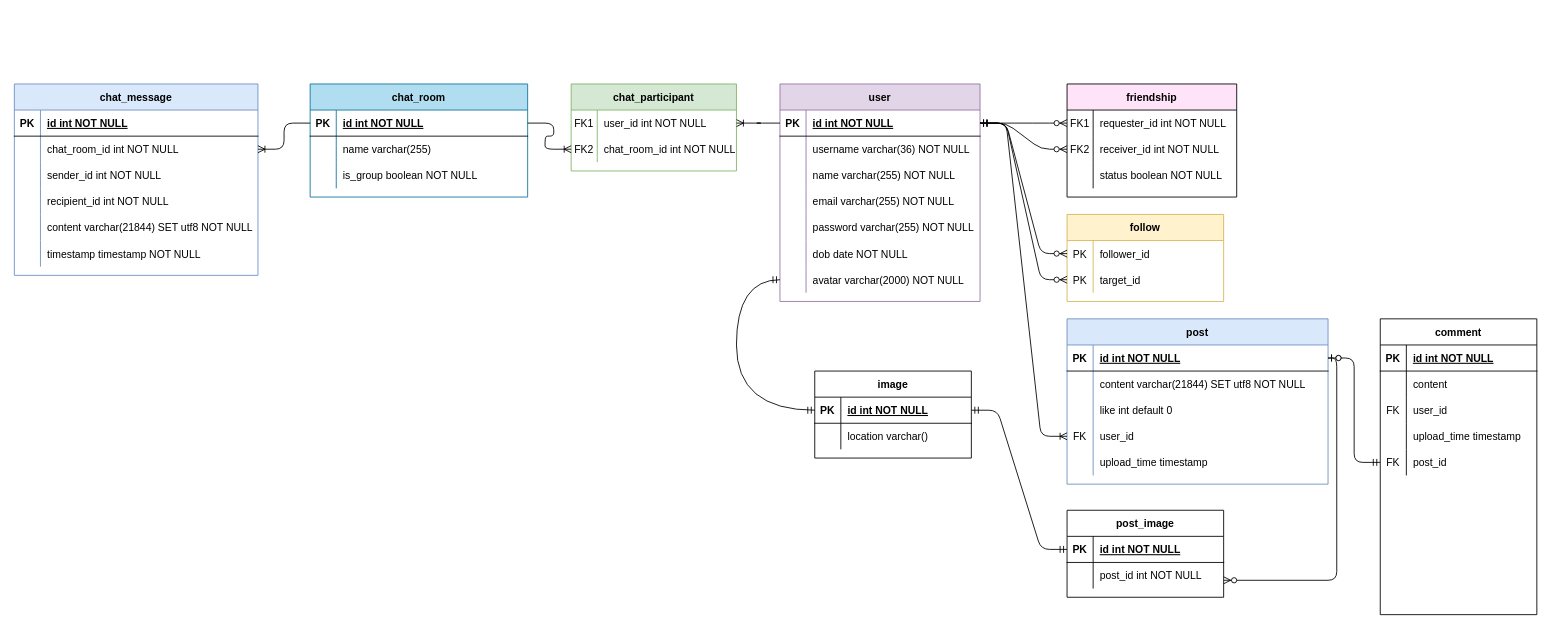
hoangvu03081/Fakebook keeps this draw.io diagram as fakebook.drawio. Above is the earlier version. Source tidied: cells renumbered, new cells numbered last; positions are measured from the earlier drawing's top-left corner, leaving out a move shared by most shapes. Both pictures are drawn from the tidied source at 87%, with x=0, y=0 at pixel (14, 84).
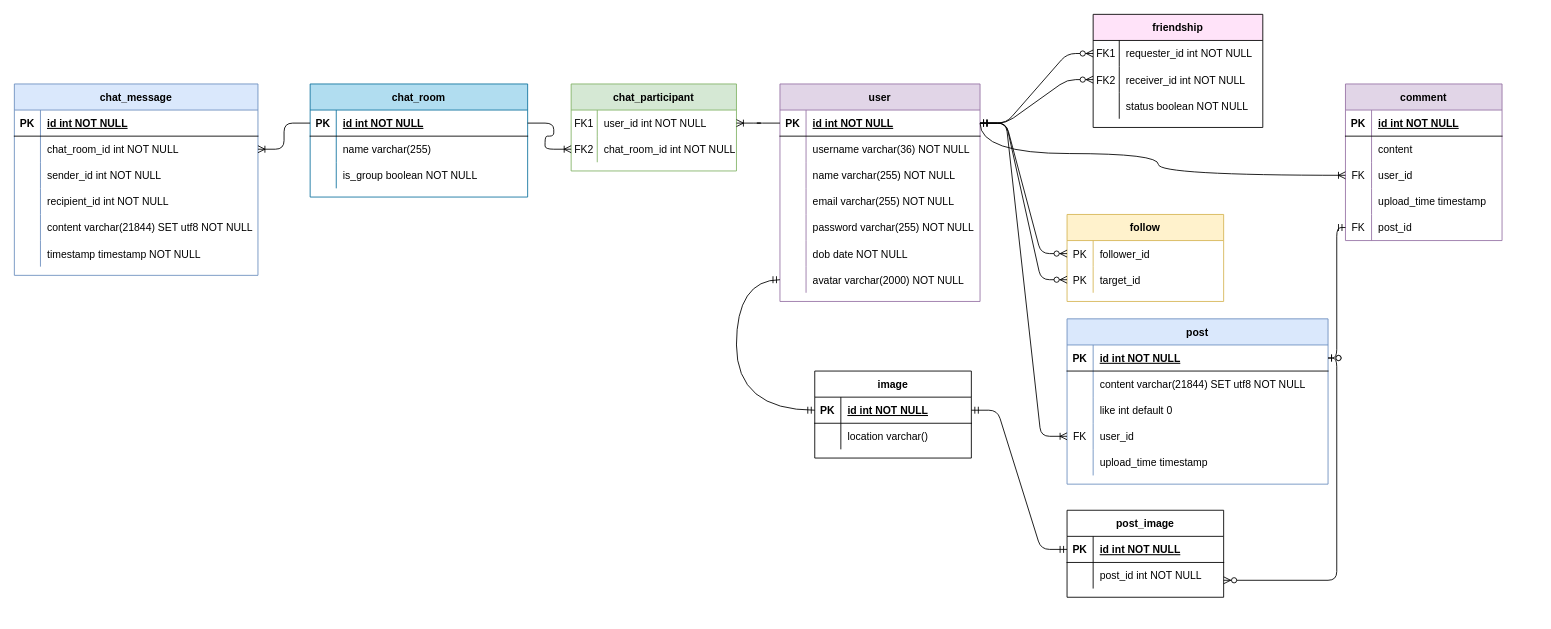
After the change.

Unchanged cells that the change refers to:
```xml
<mxCell id="39" style="shape=partialRectangle;fillColor=none;top=0;left=0;bottom=1;right=0;points=[[0,0.5],[1,0.5]];portConstraint=eastwest;" parent="38" vertex="1">
  <mxGeometry y="30" width="230" height="30" as="geometry" />
</mxCell>
<mxCell id="125" style="shape=partialRectangle;fillColor=none;top=0;left=0;bottom=0;right=0;points=[[0,0.5],[1,0.5]];portConstraint=eastwest;" parent="118" vertex="1">
  <mxGeometry y="90" width="180" height="30" as="geometry" />
</mxCell>
```

The edit, as a diff of the source:
```diff
@@
     <mxCell id="63" value="friendship" style="shape=table;startSize=30;childLayout=tableLayout;rowLines=0;fontStyle=1;align=center;fillColor=#FFE3F9;" parent="1" vertex="1">
-      <mxGeometry x="1210" width="195" height="130" as="geometry" />
+      <mxGeometry x="1240" y="-80" width="195" height="130" as="geometry" />
     </mxCell>
@@
-    <mxCell id="118" value="comment" style="shape=table;startSize=30;childLayout=tableLayout;rowLines=0;fontStyle=1;align=center;" parent="1" vertex="1">
-      <mxGeometry x="1570" y="270" width="180" height="340" as="geometry" />
+    <mxCell id="118" value="comment" style="shape=table;startSize=30;childLayout=tableLayout;rowLines=0;fontStyle=1;align=center;fillColor=#e1d5e7;strokeColor=#9673a6;" parent="1" vertex="1">
+      <mxGeometry x="1530" width="180" height="180" as="geometry" />
     </mxCell>
@@
+    <mxCell id="135" style="edgeStyle=orthogonalEdgeStyle;fontSize=12;html=1;endArrow=ERoneToMany;entryX=0;entryY=0.5;entryDx=0;entryDy=0;exitX=1;exitY=0.5;exitDx=0;exitDy=0;curved=1;" parent="1" edge="1" source="39" target="125">
+      <mxGeometry relative="1" as="geometry">
+        <Array as="points">
+          <mxPoint x="1110" y="80" />
+          <mxPoint x="1315" y="80" />
+          <mxPoint x="1315" y="105" />
+        </Array>
+      </mxGeometry>
+    </mxCell>
```
